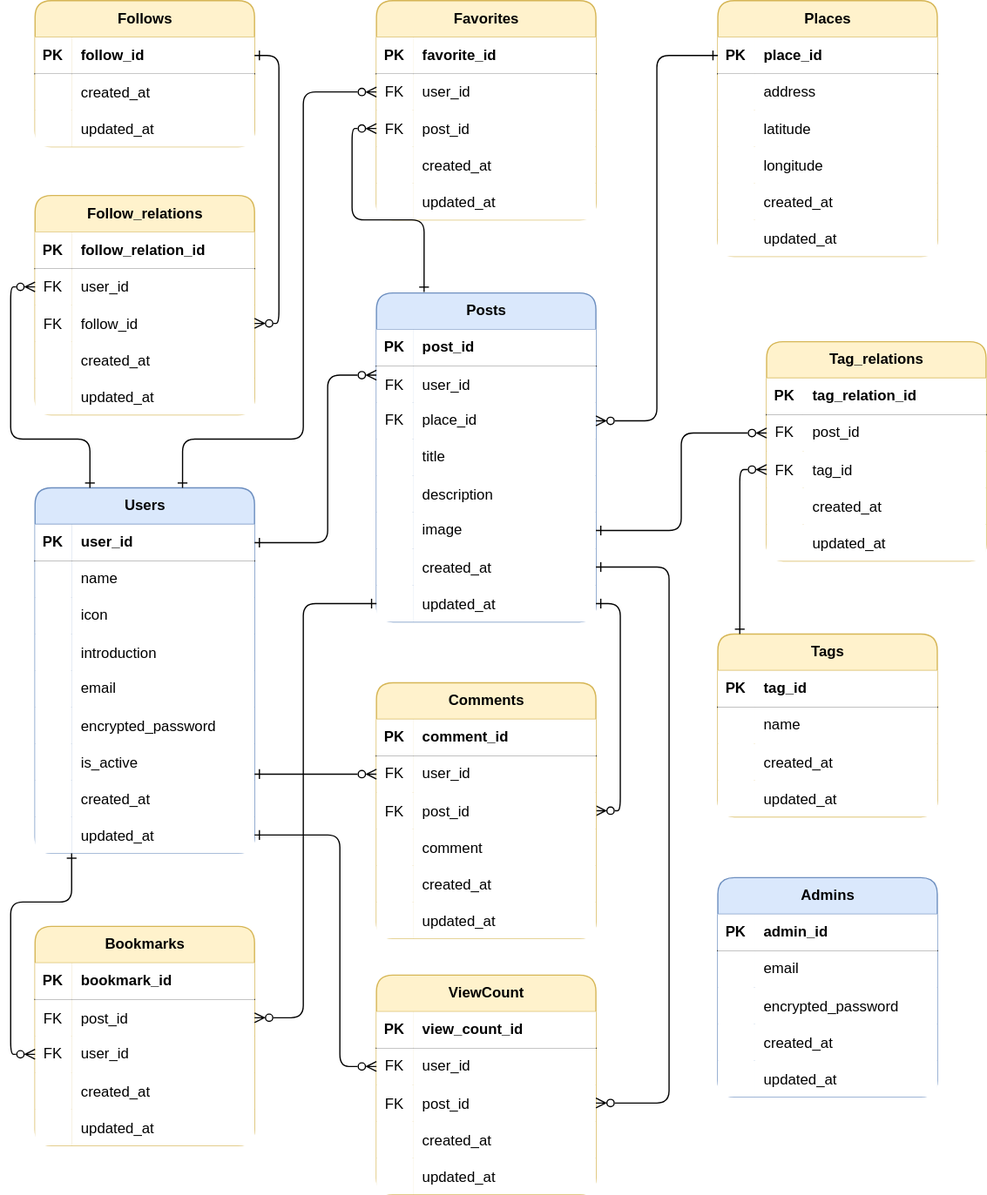
This is ER.drawio.svg from takaTWC/discoverplaces, a draw.io export, as it was before one commit. Source tidied: cells renumbered, new cells last; positions are measured from the earlier drawing's top-left corner, leaving out a move shared by most shapes.
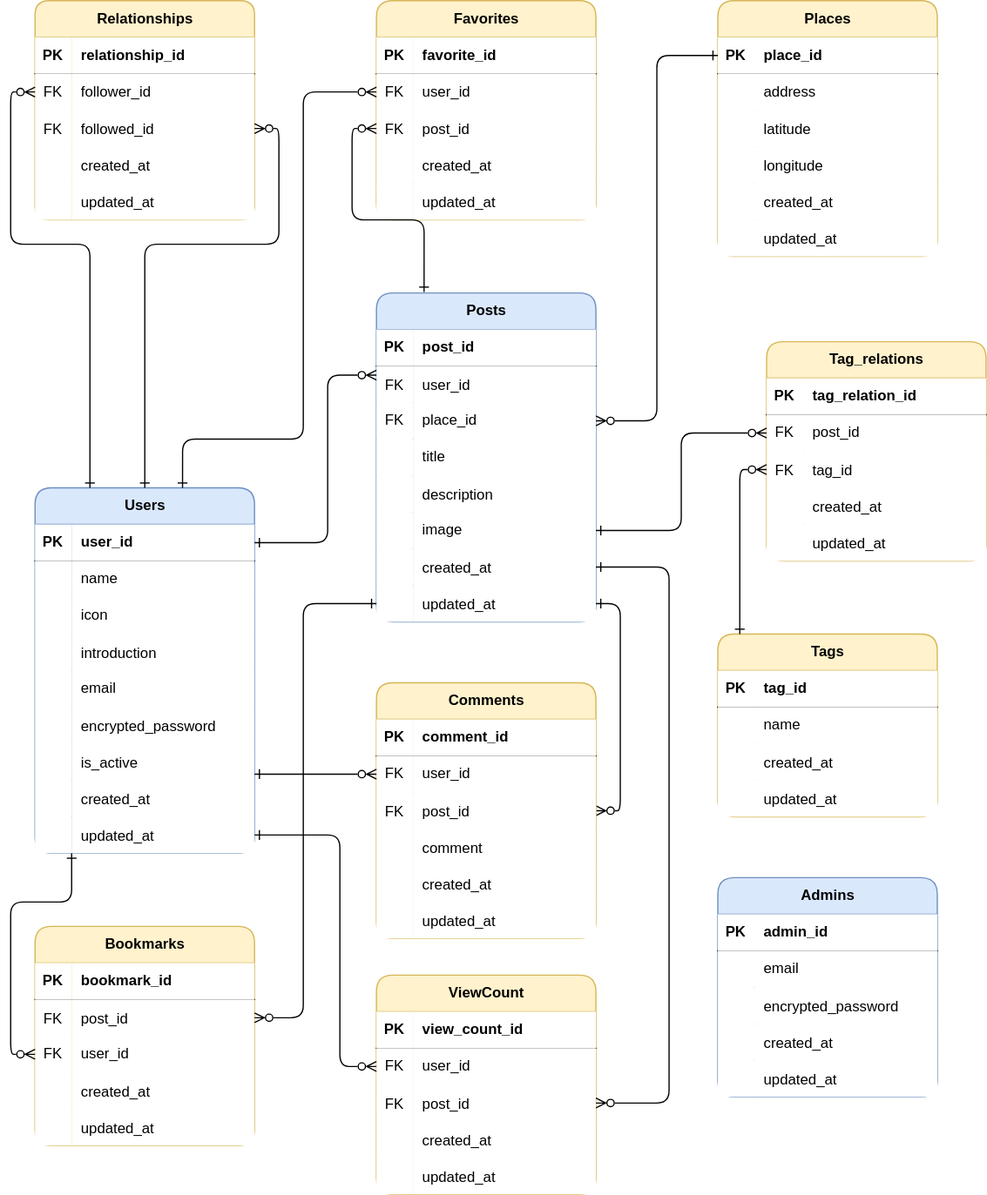
After the change.

What changed in the source:
```diff
@@ -461,8 +461,8 @@
     <mxCell id="154" value="updated_at" style="shape=partialRectangle;fillColor=default;top=0;left=0;bottom=0;right=0;align=left;spacingLeft=6;overflow=hidden;" parent="152" vertex="1">
       <mxGeometry x="30" width="150" height="30" as="geometry" />
     </mxCell>
-    <mxCell id="155" value="Follow_relations" style="shape=table;startSize=30;rowLines=0;fontStyle=1;align=center;html=1;fillColor=#fff2cc;rounded=1;shadow=0;strokeColor=#d6b656;" parent="1" vertex="1">
-      <mxGeometry x="20" y="160" width="180" height="180" as="geometry" />
+    <mxCell id="155" value="Relationships" style="shape=table;startSize=30;rowLines=0;fontStyle=1;align=center;html=1;fillColor=#fff2cc;rounded=1;shadow=0;strokeColor=#d6b656;arcSize=13;" parent="1" vertex="1">
+      <mxGeometry x="20" width="180" height="180" as="geometry" />
     </mxCell>
     <mxCell id="156" style="shape=tableRow;horizontal=0;startSize=0;swimlaneHead=0;swimlaneBody=0;fillColor=none;top=0;left=0;right=0;bottom=1;" parent="155" vertex="1">
       <mxGeometry y="30" width="180" height="30" as="geometry" />
@@ -470,7 +470,7 @@
     <mxCell id="157" value="PK" style="shape=partialRectangle;fillColor=default;top=0;left=0;bottom=0;right=0;fontStyle=1;overflow=hidden;whiteSpace=wrap;html=1;" parent="156" vertex="1">
       <mxGeometry width="30" height="30" as="geometry" />
     </mxCell>
-    <mxCell id="158" value="follow_relation_id" style="shape=partialRectangle;fillColor=default;top=0;left=0;bottom=0;right=0;align=left;spacingLeft=6;fontStyle=1;overflow=hidden;whiteSpace=wrap;html=1;" parent="156" vertex="1">
+    <mxCell id="158" value="relationship_id" style="shape=partialRectangle;fillColor=default;top=0;left=0;bottom=0;right=0;align=left;spacingLeft=6;fontStyle=1;overflow=hidden;whiteSpace=wrap;html=1;" parent="156" vertex="1">
       <mxGeometry x="30" width="150" height="30" as="geometry" />
     </mxCell>
     <mxCell id="159" style="shape=tableRow;horizontal=0;startSize=0;swimlaneHead=0;swimlaneBody=0;fillColor=none;points=[[0,0.5],[1,0.5]];portConstraint=eastwest;top=0;left=0;right=0;bottom=0;" parent="155" vertex="1">
@@ -479,7 +479,7 @@
     <mxCell id="160" value="FK" style="shape=partialRectangle;fillColor=default;top=0;left=0;bottom=0;right=0;overflow=hidden;whiteSpace=wrap;html=1;" parent="159" vertex="1">
       <mxGeometry width="30" height="30" as="geometry" />
     </mxCell>
-    <mxCell id="161" value="user_id" style="shape=partialRectangle;fillColor=default;top=0;left=0;bottom=0;right=0;align=left;spacingLeft=6;overflow=hidden;whiteSpace=wrap;html=1;" parent="159" vertex="1">
+    <mxCell id="161" value="follower_id" style="shape=partialRectangle;fillColor=default;top=0;left=0;bottom=0;right=0;align=left;spacingLeft=6;overflow=hidden;whiteSpace=wrap;html=1;" parent="159" vertex="1">
       <mxGeometry x="30" width="150" height="30" as="geometry" />
     </mxCell>
     <mxCell id="162" style="shape=tableRow;horizontal=0;startSize=0;swimlaneHead=0;swimlaneBody=0;fillColor=none;points=[[0,0.5],[1,0.5]];portConstraint=eastwest;top=0;left=0;right=0;bottom=0;" parent="155" vertex="1">
@@ -488,7 +488,7 @@
     <mxCell id="163" value="FK" style="shape=partialRectangle;fillColor=default;top=0;left=0;bottom=0;right=0;overflow=hidden;" parent="162" vertex="1">
       <mxGeometry width="30" height="30" as="geometry" />
     </mxCell>
-    <mxCell id="164" value="follow_id" style="shape=partialRectangle;fillColor=default;top=0;left=0;bottom=0;right=0;align=left;spacingLeft=6;overflow=hidden;" parent="162" vertex="1">
+    <mxCell id="164" value="followed_id" style="shape=partialRectangle;fillColor=default;top=0;left=0;bottom=0;right=0;align=left;spacingLeft=6;overflow=hidden;" parent="162" vertex="1">
       <mxGeometry x="30" width="150" height="30" as="geometry" />
     </mxCell>
     <mxCell id="165" style="shape=tableRow;horizontal=0;startSize=0;swimlaneHead=0;swimlaneBody=0;fillColor=none;top=0;left=0;right=0;bottom=0;" parent="155" vertex="1">
@@ -523,9 +523,9 @@
     <mxCell id="173" style="edgeStyle=orthogonalEdgeStyle;rounded=1;jettySize=auto;html=1;exitX=0;exitY=0.5;exitDx=0;exitDy=0;startArrow=ERzeroToMany;startFill=0;endArrow=ERone;endFill=0;entryX=0.25;entryY=0;entryDx=0;entryDy=0;" parent="1" edge="1" source="159" target="2">
       <mxGeometry relative="1" as="geometry">
         <Array as="points">
-          <mxPoint y="235" />
-          <mxPoint y="360" />
-          <mxPoint x="65" y="360" />
+          <mxPoint y="75" />
+          <mxPoint y="200" />
+          <mxPoint x="65" y="200" />
         </Array>
       </mxGeometry>
     </mxCell>
@@ -614,38 +614,14 @@
     <mxCell id="195" value="updated_at" style="shape=partialRectangle;fillColor=default;top=0;left=0;bottom=0;right=0;align=left;spacingLeft=6;overflow=hidden;" parent="193" vertex="1">
       <mxGeometry x="30" width="150" height="30" as="geometry" />
     </mxCell>
-    <mxCell id="196" value="Follows" style="shape=table;startSize=30;rowLines=0;fontStyle=1;align=center;html=1;fillColor=#fff2cc;rounded=1;shadow=0;strokeColor=#d6b656;" parent="1" vertex="1">
-      <mxGeometry x="20" width="180" height="120" as="geometry" />
-    </mxCell>
-    <mxCell id="197" style="shape=tableRow;horizontal=0;startSize=0;swimlaneHead=0;swimlaneBody=0;fillColor=none;points=[[0,0.5],[1,0.5]];portConstraint=eastwest;top=0;left=0;right=0;bottom=1;" parent="196" vertex="1">
-      <mxGeometry y="30" width="180" height="30" as="geometry" />
-    </mxCell>
-    <mxCell id="198" value="PK" style="shape=partialRectangle;fillColor=default;top=0;left=0;bottom=0;right=0;fontStyle=1;overflow=hidden;whiteSpace=wrap;html=1;" parent="197" vertex="1">
-      <mxGeometry width="30" height="30" as="geometry" />
-    </mxCell>
-    <mxCell id="199" value="follow_id" style="shape=partialRectangle;fillColor=default;top=0;left=0;bottom=0;right=0;align=left;spacingLeft=6;fontStyle=1;overflow=hidden;whiteSpace=wrap;html=1;" parent="197" vertex="1">
-      <mxGeometry x="30" width="150" height="30" as="geometry" />
-    </mxCell>
-    <mxCell id="200" style="shape=tableRow;horizontal=0;startSize=0;swimlaneHead=0;swimlaneBody=0;fillColor=none;top=0;left=0;right=0;bottom=0;" parent="196" vertex="1">
-      <mxGeometry y="60" width="180" height="30" as="geometry" />
-    </mxCell>
-    <mxCell id="201" style="shape=partialRectangle;fillColor=default;top=0;left=0;bottom=0;right=0;overflow=hidden;" parent="200" vertex="1">
-      <mxGeometry width="30" height="30" as="geometry" />
-    </mxCell>
-    <mxCell id="202" value="created_at" style="shape=partialRectangle;fillColor=default;top=0;left=0;bottom=0;right=0;align=left;spacingLeft=6;overflow=hidden;" parent="200" vertex="1">
-      <mxGeometry x="30" width="150" height="30" as="geometry" />
-    </mxCell>
-    <mxCell id="203" style="shape=tableRow;horizontal=0;startSize=0;swimlaneHead=0;swimlaneBody=0;fillColor=none;top=0;left=0;right=0;bottom=0;" parent="196" vertex="1">
-      <mxGeometry y="90" width="180" height="30" as="geometry" />
-    </mxCell>
-    <mxCell id="204" style="shape=partialRectangle;fillColor=default;top=0;left=0;bottom=0;right=0;overflow=hidden;" parent="203" vertex="1">
-      <mxGeometry width="30" height="30" as="geometry" />
-    </mxCell>
-    <mxCell id="205" value="updated_at" style="shape=partialRectangle;fillColor=default;top=0;left=0;bottom=0;right=0;align=left;spacingLeft=6;overflow=hidden;" parent="203" vertex="1">
-      <mxGeometry x="30" width="150" height="30" as="geometry" />
-    </mxCell>
-    <mxCell id="206" style="edgeStyle=orthogonalEdgeStyle;rounded=1;jettySize=auto;html=1;exitX=1;exitY=0.5;exitDx=0;exitDy=0;entryX=1;entryY=0.5;entryDx=0;entryDy=0;endArrow=ERzeroToMany;endFill=0;startArrow=ERone;startFill=0;" parent="1" edge="1" source="197" target="162">
-      <mxGeometry relative="1" as="geometry" />
+    <mxCell id="206" style="edgeStyle=orthogonalEdgeStyle;rounded=1;jettySize=auto;html=1;exitX=0.5;exitY=0;exitDx=0;exitDy=0;entryX=1;entryY=0.5;entryDx=0;entryDy=0;endArrow=ERzeroToMany;endFill=0;startArrow=ERone;startFill=0;" parent="1" edge="1" source="2" target="162">
+      <mxGeometry relative="1" as="geometry">
+        <Array as="points">
+          <mxPoint x="110" y="200" />
+          <mxPoint x="220" y="200" />
+          <mxPoint x="220" y="105" />
+        </Array>
+      </mxGeometry>
     </mxCell>
     <mxCell id="207" style="edgeStyle=orthogonalEdgeStyle;rounded=1;jettySize=auto;html=1;exitX=0;exitY=0.5;exitDx=0;exitDy=0;entryX=1;entryY=0.833;entryDx=0;entryDy=0;entryPerimeter=0;endArrow=ERone;endFill=0;startArrow=ERzeroToMany;startFill=0;" parent="1" edge="1" source="140" target="21">
       <mxGeometry relative="1" as="geometry" />
```
